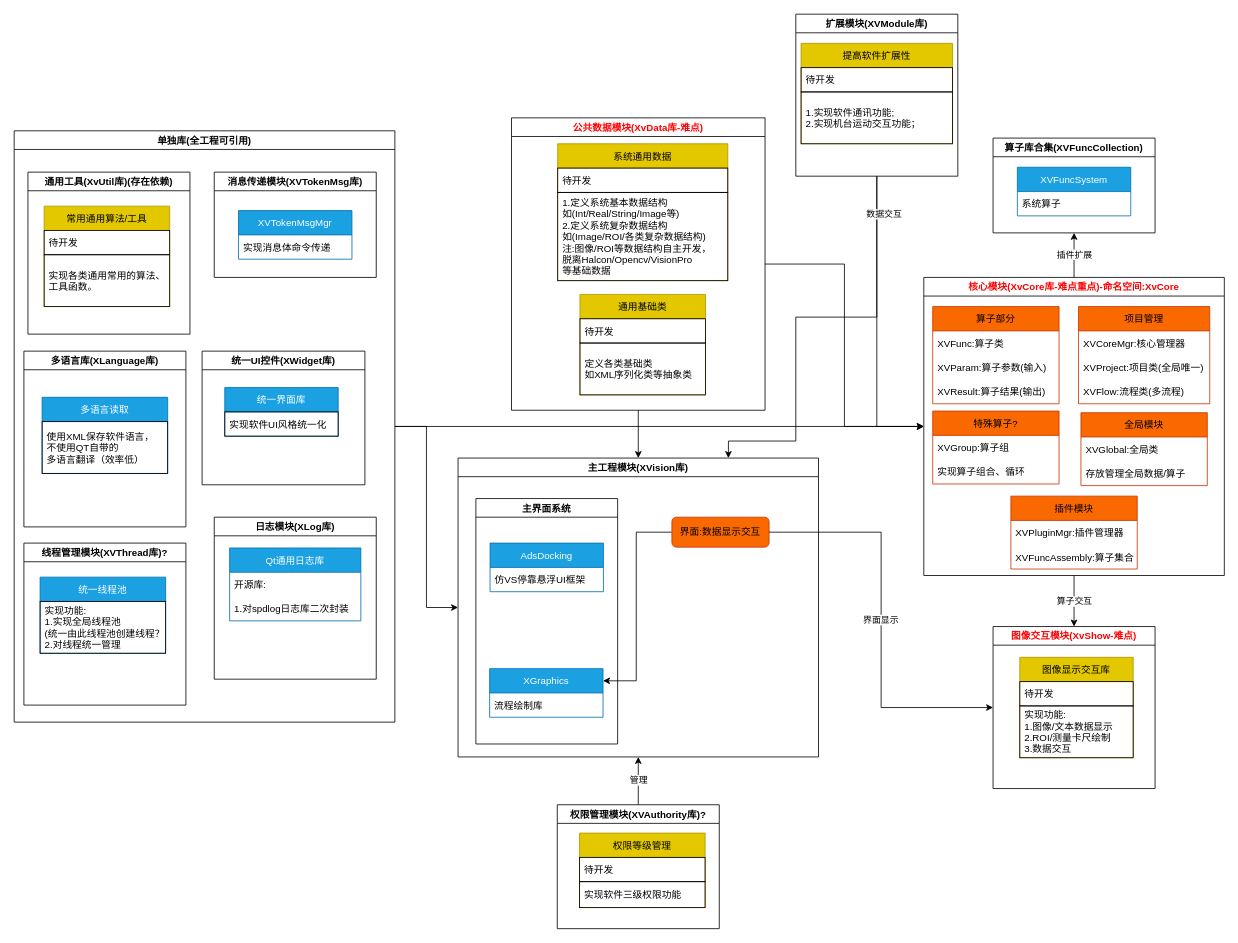
Earlier version of the draw.io diagram page "系统架构" (2 of 4) of doc/design/系统设计.drawio (YunzhuoH/XVision). Source tidied: cells renumbered, new cells numbered last; positions are measured from the earlier drawing's top-left corner, leaving out a move shared by most shapes. Both pictures are drawn from the tidied source at 81%, with x=0, y=0 at pixel (14, 14).
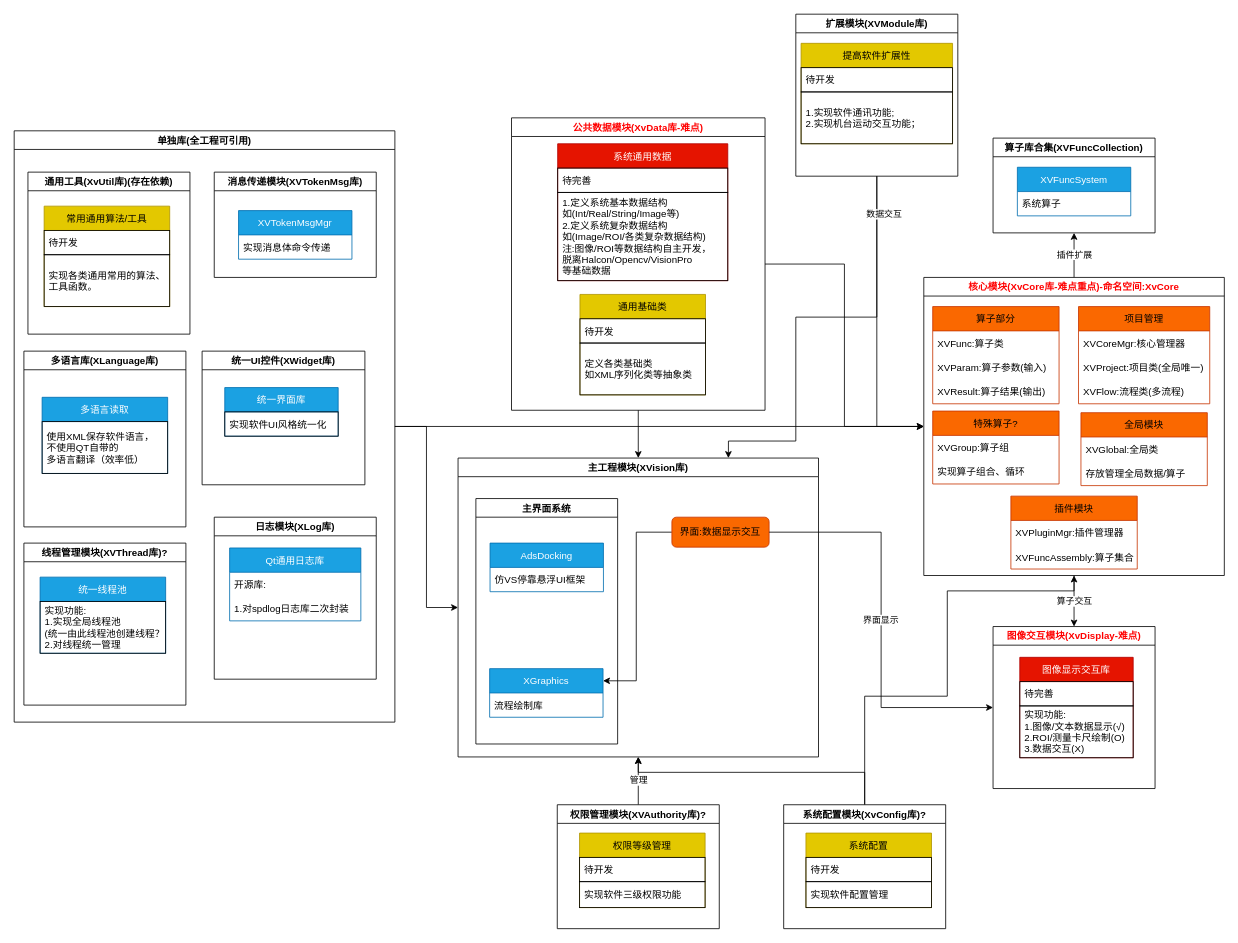
The same diagram, later.

The change refers to these unchanged cells:
```xml
<mxCell id="4" value="核心模块(XvCore库-难点重点)-命名空间:XvCore" style="swimlane;fontColor=#FF0000;" parent="1" vertex="1">
  <mxGeometry x="1123" y="325" width="371" height="368" as="geometry" />
</mxCell>
<mxCell id="24" value="公共数据模块(XvData库-难点)" style="swimlane;fontColor=#FF0000;" parent="1" vertex="1">
  <mxGeometry x="614" y="128" width="313" height="361" as="geometry" />
</mxCell>
<mxCell id="31" value="主工程模块(XVision库)" style="swimlane;" parent="1" vertex="1">
  <mxGeometry x="548" y="548" width="445" height="369" as="geometry" />
</mxCell>
```

Diff of the diagram source:
```diff
@@
-    <mxCell id="25" value="系统通用数据" style="swimlane;fontStyle=0;horizontal=1;startSize=30;fillColor=#e3c800;fontColor=#000000;strokeColor=#B09500;" parent="24" vertex="1">
+    <mxCell id="25" value="系统通用数据" style="swimlane;fontStyle=0;horizontal=1;startSize=30;fillColor=#e51400;fontColor=#ffffff;strokeColor=#B20000;" parent="24" vertex="1">
       <mxGeometry x="57" y="32" width="210" height="169" as="geometry" />
     </mxCell>
-    <mxCell id="26" value="待开发" style="text;strokeColor=default;fillColor=none;align=left;verticalAlign=middle;spacingLeft=4;spacingRight=4;overflow=hidden;" parent="25" vertex="1">
+    <mxCell id="26" value="待完善" style="text;strokeColor=default;fillColor=none;align=left;verticalAlign=middle;spacingLeft=4;spacingRight=4;overflow=hidden;" parent="25" vertex="1">
       <mxGeometry y="30" width="210" height="30" as="geometry" />
     </mxCell>
@@
-    <mxCell id="39" value="图像交互模块(XvShow-难点)" style="swimlane;fontColor=#FF0000;" parent="1" vertex="1">
+    <mxCell id="39" value="图像交互模块(XvDisplay-难点)" style="swimlane;fontColor=#FF0000;startSize=23;" parent="1" vertex="1">
       <mxGeometry x="1208.5" y="756" width="200" height="200" as="geometry" />
     </mxCell>
-    <mxCell id="40" value="图像显示交互库" style="swimlane;fontStyle=0;horizontal=1;startSize=30;fillColor=#e3c800;fontColor=#000000;strokeColor=#B09500;" parent="39" vertex="1">
+    <mxCell id="40" value="图像显示交互库" style="swimlane;fontStyle=0;horizontal=1;startSize=30;fillColor=#e51400;fontColor=#ffffff;strokeColor=#B20000;" parent="39" vertex="1">
       <mxGeometry x="33" y="38" width="140" height="124" as="geometry" />
     </mxCell>
-    <mxCell id="41" value="待开发" style="text;strokeColor=default;fillColor=none;align=left;verticalAlign=middle;spacingLeft=4;spacingRight=4;overflow=hidden;" parent="40" vertex="1">
+    <mxCell id="41" value="待完善" style="text;strokeColor=default;fillColor=none;align=left;verticalAlign=middle;spacingLeft=4;spacingRight=4;overflow=hidden;" parent="40" vertex="1">
       <mxGeometry y="30" width="140" height="30" as="geometry" />
     </mxCell>
-    <mxCell id="42" value="实现功能:&#10;1.图像/文本数据显示&#10;2.ROI/测量卡尺绘制&#10;3.数据交互" style="text;strokeColor=default;fillColor=none;align=left;verticalAlign=middle;spacingLeft=4;spacingRight=4;overflow=hidden;" parent="40" vertex="1">
+    <mxCell id="42" value="实现功能:&#10;1.图像/文本数据显示(√)&#10;2.ROI/测量卡尺绘制(O)&#10;3.数据交互(X)" style="text;strokeColor=default;fillColor=none;align=left;verticalAlign=middle;spacingLeft=4;spacingRight=4;overflow=hidden;" parent="40" vertex="1">
       <mxGeometry y="60" width="140" height="64" as="geometry" />
     </mxCell>
@@
+    <mxCell id="82" style="edgeStyle=orthogonalEdgeStyle;rounded=0;jettySize=auto;html=1;exitX=0.5;exitY=0;exitDx=0;exitDy=0;entryX=0.5;entryY=1;entryDx=0;entryDy=0;" parent="1" edge="1" source="84" target="31">
+      <mxGeometry relative="1" as="geometry">
+        <Array as="points">
+          <mxPoint x="1050" y="936" />
+          <mxPoint x="771" y="936" />
+        </Array>
+      </mxGeometry>
+    </mxCell>
+    <mxCell id="83" style="edgeStyle=orthogonalEdgeStyle;rounded=0;jettySize=auto;html=1;exitX=0.5;exitY=0;exitDx=0;exitDy=0;entryX=0.5;entryY=1;entryDx=0;entryDy=0;" parent="1" edge="1" source="84" target="4">
+      <mxGeometry relative="1" as="geometry">
+        <Array as="points">
+          <mxPoint x="1050" y="842" />
+          <mxPoint x="1152" y="842" />
+          <mxPoint x="1152" y="712" />
+          <mxPoint x="1309" y="712" />
+        </Array>
+      </mxGeometry>
+    </mxCell>
+    <mxCell id="84" value="系统配置模块(XvConfig库)?" style="swimlane;" parent="1" vertex="1">
+      <mxGeometry x="950" y="976" width="200" height="153" as="geometry" />
+    </mxCell>
+    <mxCell id="85" value="系统配置" style="swimlane;fontStyle=0;horizontal=1;startSize=30;fillColor=#e3c800;fontColor=#000000;strokeColor=#B09500;" parent="84" vertex="1">
+      <mxGeometry x="27.5" y="35" width="155" height="92" as="geometry" />
+    </mxCell>
+    <mxCell id="86" value="待开发" style="text;strokeColor=default;fillColor=none;align=left;verticalAlign=middle;spacingLeft=4;spacingRight=4;overflow=hidden;" parent="85" vertex="1">
+      <mxGeometry y="30" width="155" height="30" as="geometry" />
+    </mxCell>
+    <mxCell id="87" value="实现软件配置管理" style="text;strokeColor=default;fillColor=none;align=left;verticalAlign=middle;spacingLeft=4;spacingRight=4;overflow=hidden;" parent="85" vertex="1">
+      <mxGeometry y="60" width="155" height="32" as="geometry" />
+    </mxCell>
```
